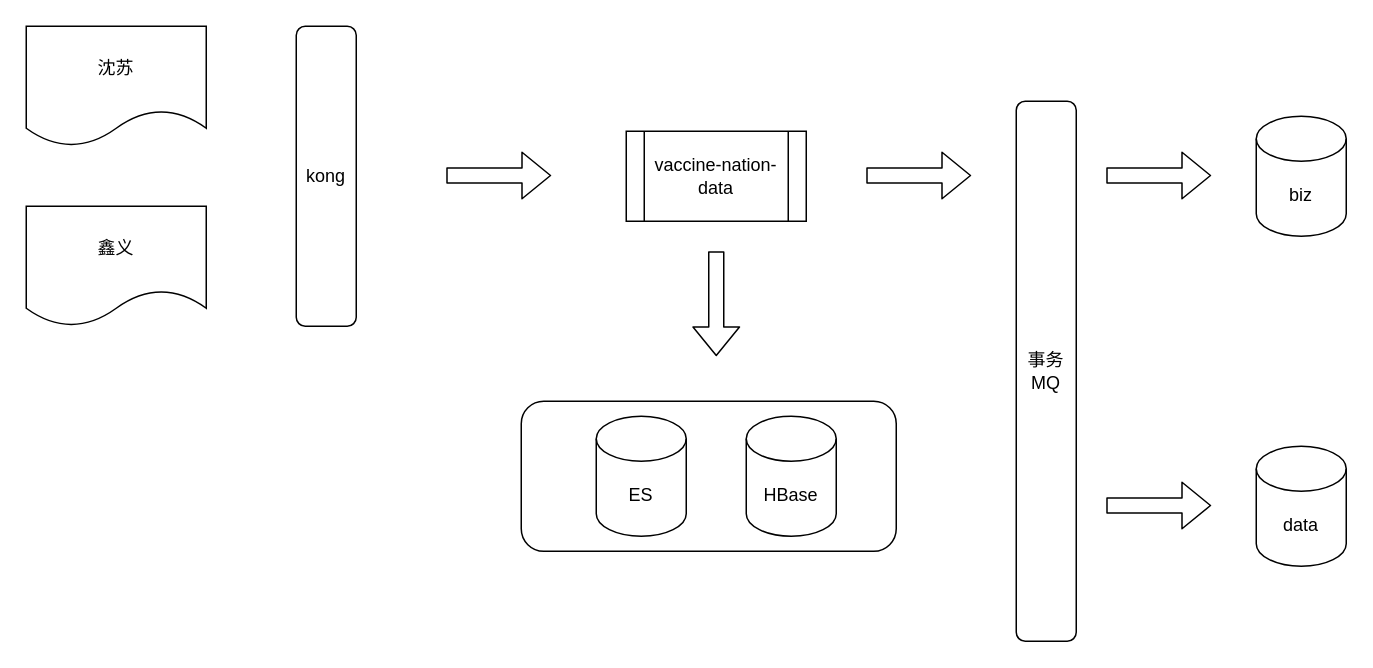
Before: 新冠.drawio in wylyf3030/draw, a draw.io diagram. Source tidied: cells renumbered, new cells numbered last; positions are measured from the earlier drawing's top-left corner, leaving out a move shared by most shapes. Both pictures are drawn from the tidied source at 150%, with x=0, y=0 at pixel (26, 26).
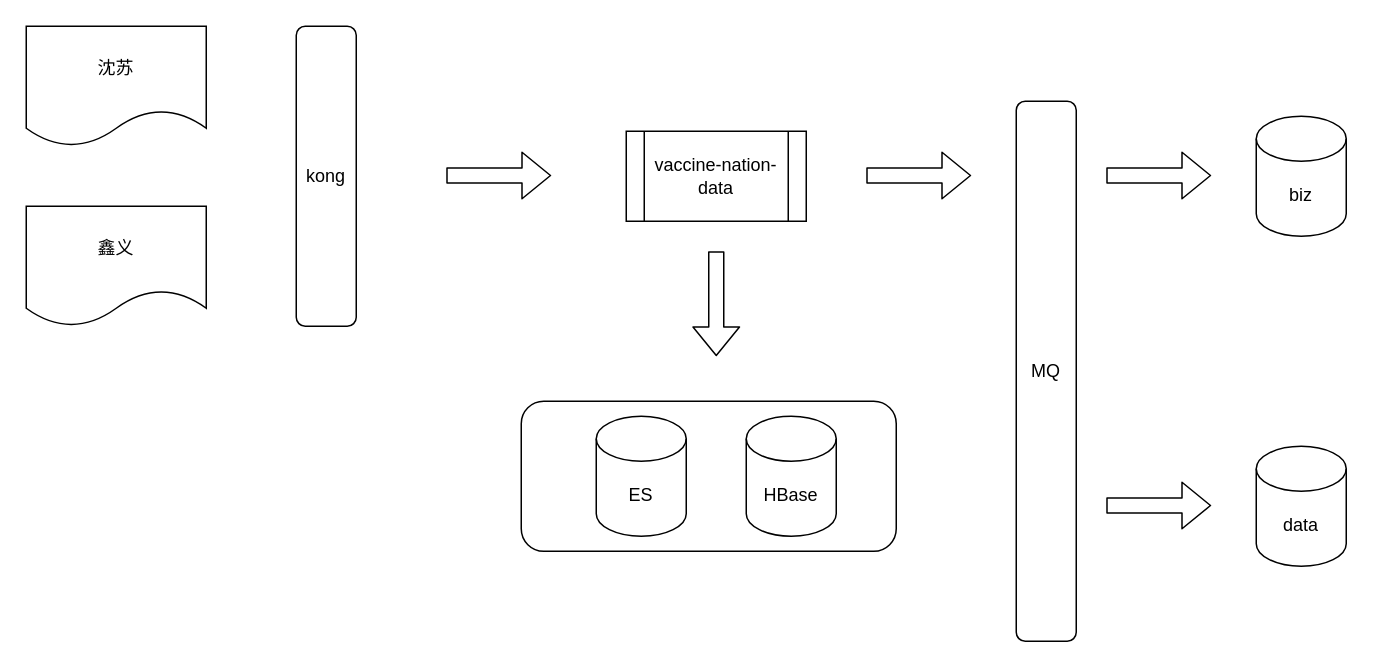
Above is the later version.

Diff of the diagram source:
```diff
@@
-    <mxCell id="12" value="事务MQ" style="rounded=1;whiteSpace=wrap;html=1;" parent="1" vertex="1">
+    <mxCell id="12" value="MQ" style="rounded=1;whiteSpace=wrap;html=1;" parent="1" vertex="1">
       <mxGeometry x="660" y="50" width="40" height="360" as="geometry" />
     </mxCell>
```
